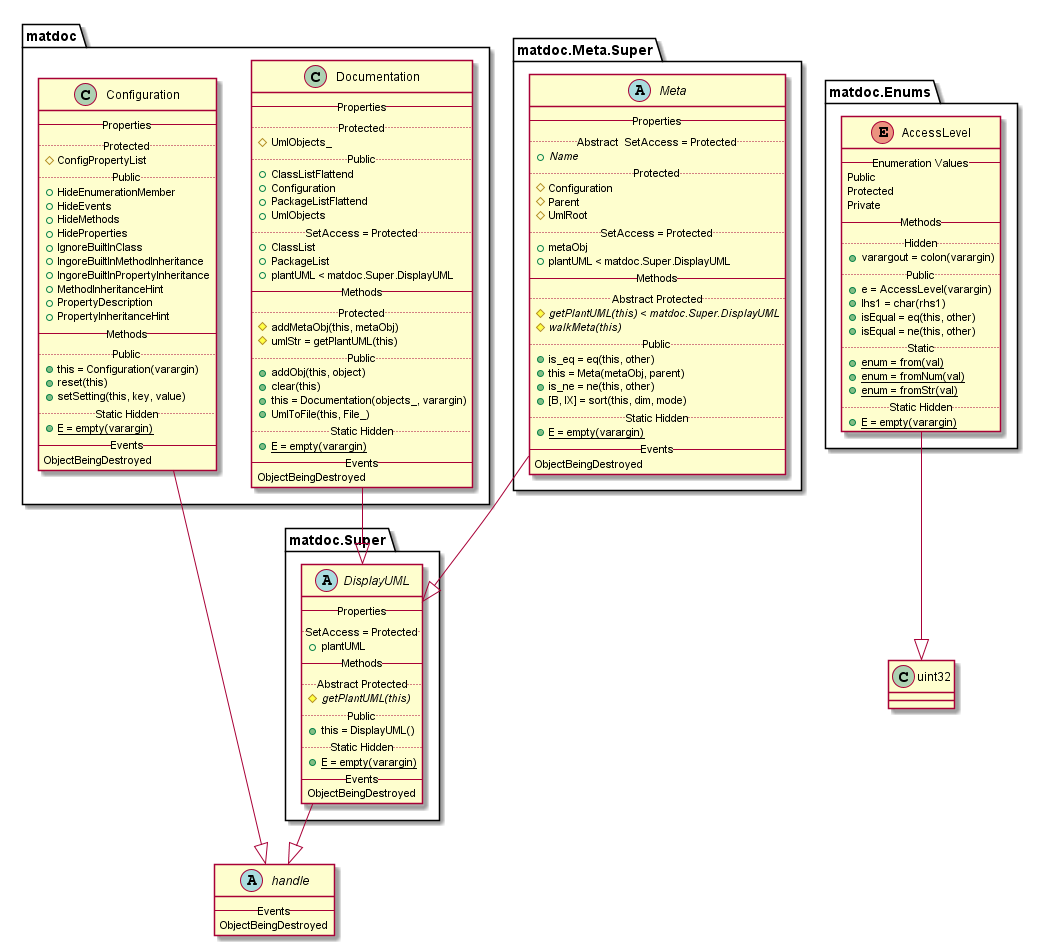
Above: doc/uml-examples/uml-diagram.png in flxdot/matdoc (PlantUML), before the change. Its diagram source:
```plantuml
@startuml

abstract class handle {
   -- Events --
   ObjectBeingDestroyed
}


class matdoc.Configuration {
   -- Properties --
   .. Protected ..
   {field} # ConfigPropertyList
   .. Public ..
   {field} + HideEnumerationMember
   {field} + HideEvents
   {field} + HideMethods
   {field} + HideProperties
   {field} + IgnoreBuiltInClass
   {field} + IngoreBuiltInMethodInheritance
   {field} + IngoreBuiltInPropertyInheritance
   {field} + MethodInheritanceHint
   {field} + PropertyDescription
   {field} + PropertyInheritanceHint
   -- Methods --
   .. Public ..
   {method} + this = Configuration(varargin)
   {method} + reset(this)
   {method} + setSetting(this, key, value)
   .. Static Hidden ..
   {method}{static} + E = empty(varargin)
   -- Events --
   ObjectBeingDestroyed
}

matdoc.Configuration --|> handle

class matdoc.Documentation {
   -- Properties --
   .. Protected ..
   {field} # UmlObjects_
   .. Public ..
   {field} + ClassListFlattend
   {field} + Configuration
   {field} + PackageListFlattend
   {field} + UmlObjects
   .. SetAccess = Protected ..
   {field} + ClassList
   {field} + PackageList
   {field} + plantUML < matdoc.Super.DisplayUML
   -- Methods --
   .. Protected ..
   {method} # addMetaObj(this, metaObj)
   {method} # umlStr = getPlantUML(this)
   .. Public ..
   {method} + addObj(this, object)
   {method} + clear(this)
   {method} + this = Documentation(objects_, varargin)
   {method} + UmlToFile(this, File_)
   .. Static Hidden ..
   {method}{static} + E = empty(varargin)
   -- Events --
   ObjectBeingDestroyed
}

matdoc.Documentation --|> matdoc.Super.DisplayUML

enum matdoc.Enums.AccessLevel {
   -- Enumeration Values --
   Public
   Protected
   Private
   -- Methods --
   .. Hidden ..
   {method} + varargout = colon(varargin)
   .. Public ..
   {method} + e = AccessLevel(varargin)
   {method} + lhs1 = char(rhs1)
   {method} + isEqual = eq(this, other)
   {method} + isEqual = ne(this, other)
   .. Static ..
   {method}{static} + enum = from(val)
   {method}{static} + enum = fromNum(val)
   {method}{static} + enum = fromStr(val)
   .. Static Hidden ..
   {method}{static} + E = empty(varargin)
}

matdoc.Enums.AccessLevel --|> uint32

abstract class matdoc.Meta.Super.Meta {
   -- Properties --
   .. Abstract  SetAccess = Protected ..
   {field}{abstract} + Name
   .. Protected ..
   {field} # Configuration
   {field} # Parent
   {field} # UmlRoot
   .. SetAccess = Protected ..
   {field} + metaObj
   {field} + plantUML < matdoc.Super.DisplayUML
   -- Methods --
   .. Abstract Protected ..
   {method}{abstract} # getPlantUML(this) < matdoc.Super.DisplayUML
   {method}{abstract} # walkMeta(this)
   .. Public ..
   {method} + is_eq = eq(this, other)
   {method} + this = Meta(metaObj, parent)
   {method} + is_ne = ne(this, other)
   {method} + [B, IX] = sort(this, dim, mode)
   .. Static Hidden ..
   {method}{static} + E = empty(varargin)
   -- Events --
   ObjectBeingDestroyed
}

matdoc.Meta.Super.Meta --|> matdoc.Super.DisplayUML

abstract class matdoc.Super.DisplayUML {
   -- Properties --
   .. SetAccess = Protected ..
   {field} + plantUML
   -- Methods --
   .. Abstract Protected ..
   {method}{abstract} # getPlantUML(this)
   .. Public ..
   {method} + this = DisplayUML()
   .. Static Hidden ..
   {method}{static} + E = empty(varargin)
   -- Events --
   ObjectBeingDestroyed
}

matdoc.Super.DisplayUML --|> handle

@enduml
```
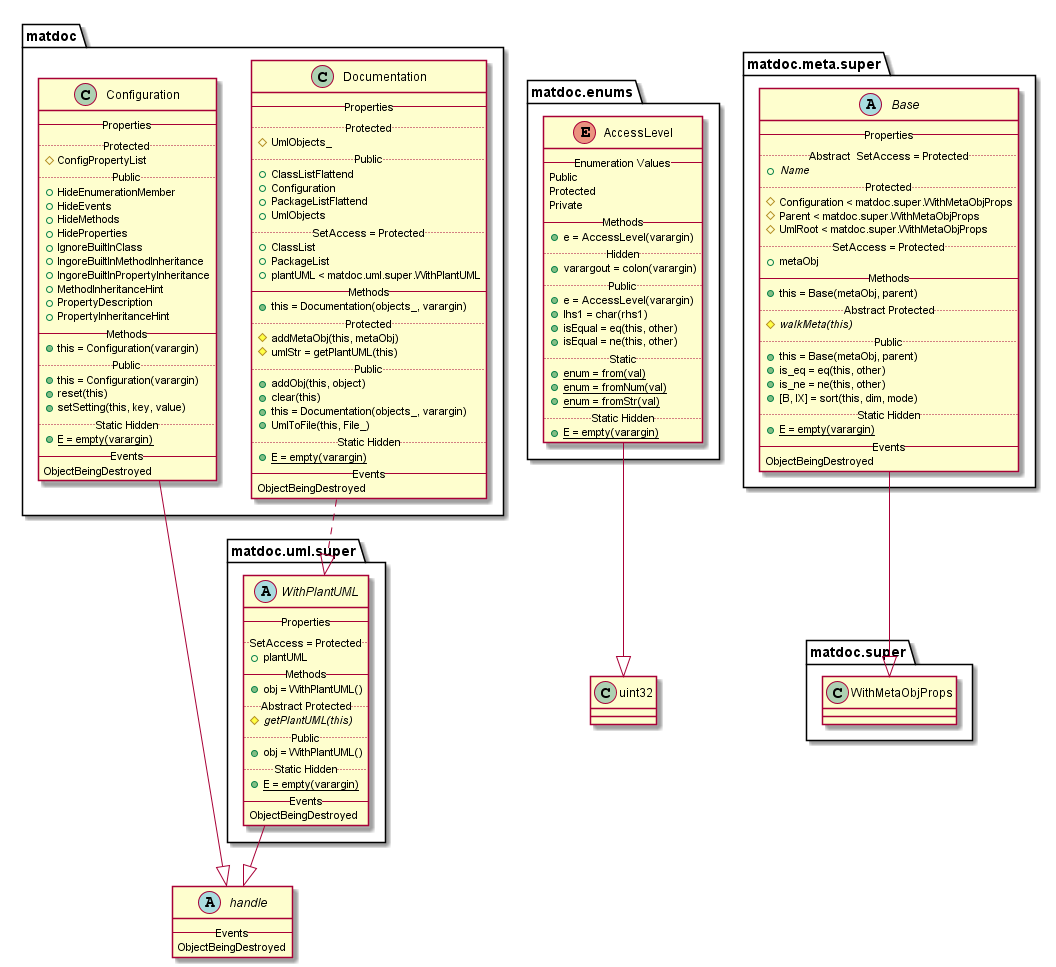
After the change.

Diff of the diagram source:
```diff
@@ -22,6 +22,7 @@
    {field} + PropertyDescription
    {field} + PropertyInheritanceHint
    -- Methods --
+   {method} + this = Configuration(varargin)
    .. Public ..
    {method} + this = Configuration(varargin)
    {method} + reset(this)
@@ -46,8 +47,9 @@
    .. SetAccess = Protected ..
    {field} + ClassList
    {field} + PackageList
-   {field} + plantUML < matdoc.Super.DisplayUML
+   {field} + plantUML < matdoc.uml.super.WithPlantUML
    -- Methods --
+   {method} + this = Documentation(objects_, varargin)
    .. Protected ..
    {method} # addMetaObj(this, metaObj)
    {method} # umlStr = getPlantUML(this)
@@ -62,14 +64,15 @@
    ObjectBeingDestroyed
 }
 
-matdoc.Documentation --|> matdoc.Super.DisplayUML
+matdoc.Documentation ..|> matdoc.uml.super.WithPlantUML
 
-enum matdoc.Enums.AccessLevel {
+enum matdoc.enums.AccessLevel {
    -- Enumeration Values --
    Public
    Protected
    Private
    -- Methods --
+   {method} + e = AccessLevel(varargin)
    .. Hidden ..
    {method} + varargout = colon(varargin)
    .. Public ..
@@ -85,26 +88,25 @@
    {method}{static} + E = empty(varargin)
 }
 
-matdoc.Enums.AccessLevel --|> uint32
+matdoc.enums.AccessLevel --|> uint32
 
-abstract class matdoc.Meta.Super.Meta {
+abstract class matdoc.meta.super.Base {
    -- Properties --
    .. Abstract  SetAccess = Protected ..
    {field}{abstract} + Name
    .. Protected ..
-   {field} # Configuration
-   {field} # Parent
-   {field} # UmlRoot
+   {field} # Configuration < matdoc.super.WithMetaObjProps
+   {field} # Parent < matdoc.super.WithMetaObjProps
+   {field} # UmlRoot < matdoc.super.WithMetaObjProps
    .. SetAccess = Protected ..
    {field} + metaObj
-   {field} + plantUML < matdoc.Super.DisplayUML
    -- Methods --
+   {method} + this = Base(metaObj, parent)
    .. Abstract Protected ..
-   {method}{abstract} # getPlantUML(this) < matdoc.Super.DisplayUML
    {method}{abstract} # walkMeta(this)
    .. Public ..
+   {method} + this = Base(metaObj, parent)
    {method} + is_eq = eq(this, other)
-   {method} + this = Meta(metaObj, parent)
    {method} + is_ne = ne(this, other)
    {method} + [B, IX] = sort(this, dim, mode)
    .. Static Hidden ..
@@ -113,23 +115,24 @@
    ObjectBeingDestroyed
 }
 
-matdoc.Meta.Super.Meta --|> matdoc.Super.DisplayUML
+matdoc.meta.super.Base --|> matdoc.super.WithMetaObjProps
 
-abstract class matdoc.Super.DisplayUML {
+abstract class matdoc.uml.super.WithPlantUML {
    -- Properties --
    .. SetAccess = Protected ..
    {field} + plantUML
    -- Methods --
+   {method} + obj = WithPlantUML()
    .. Abstract Protected ..
    {method}{abstract} # getPlantUML(this)
    .. Public ..
-   {method} + this = DisplayUML()
+   {method} + obj = WithPlantUML()
    .. Static Hidden ..
    {method}{static} + E = empty(varargin)
    -- Events --
    ObjectBeingDestroyed
 }
 
-matdoc.Super.DisplayUML --|> handle
+matdoc.uml.super.WithPlantUML --|> handle
 
 @enduml
```
